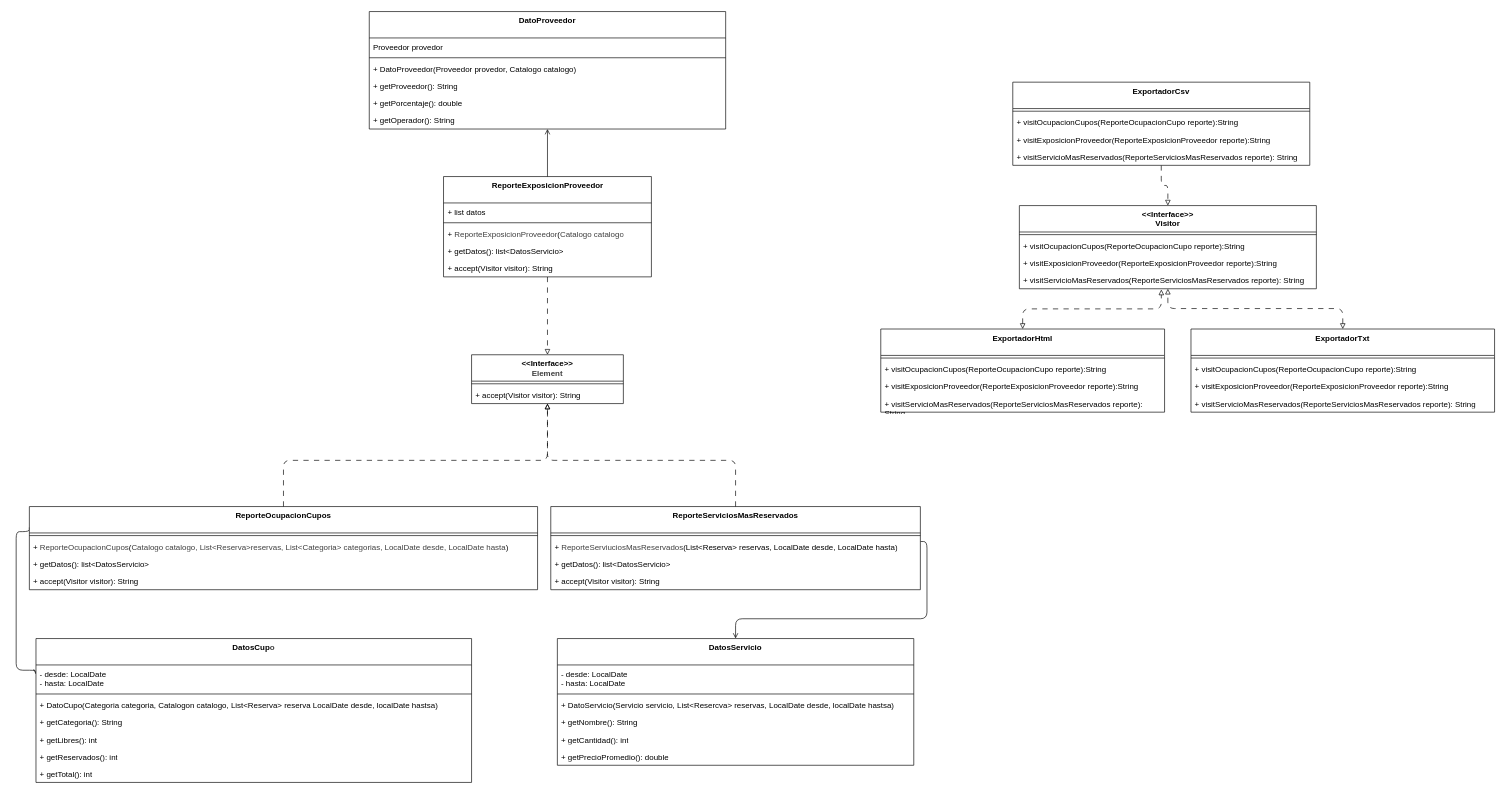
Earlier version of the draw.io diagram 2.8Reportes.drawio (Naxayy/UNQ_Travel). Source tidied: cells renumbered, new cells numbered last; positions are measured from the earlier drawing's top-left corner, leaving out a move shared by most shapes. Both pictures are drawn from the tidied source at 66%, with x=0, y=0 at pixel (16, 11).
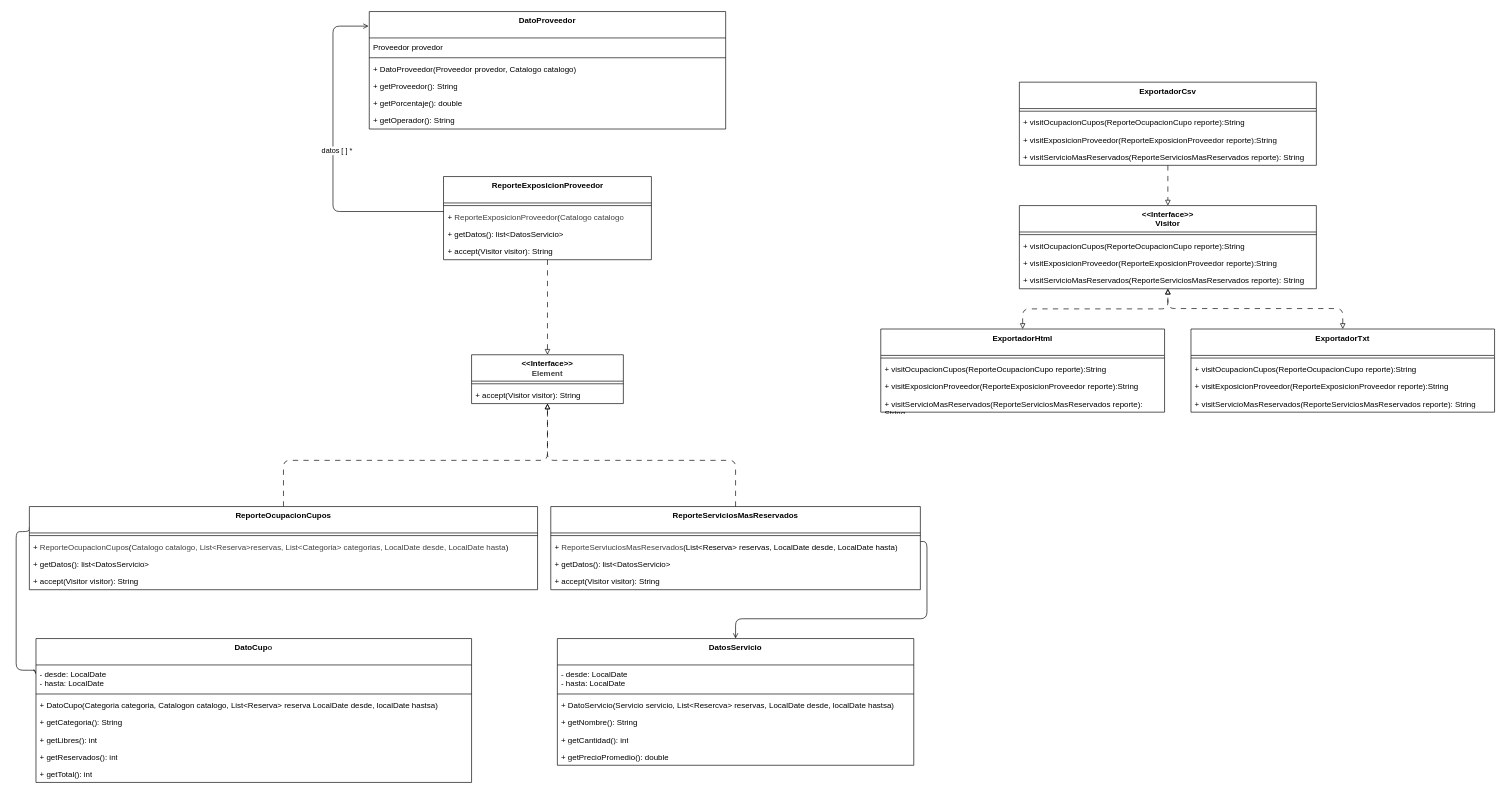
The same diagram, later.

Unchanged cells that the change refers to:
```xml
<mxCell id="2" value="&amp;lt;&amp;lt;Interface&amp;gt;&amp;gt;&lt;div&gt;Visitor&lt;/div&gt;" style="swimlane;fontStyle=1;align=center;verticalAlign=top;horizontal=1;startSize=40;whiteSpace=wrap;html=1;strokeColor=default;swimlaneFillColor=default;fontFamily=Helvetica;fontSize=12;fontColor=default;fillColor=default;gradientColor=none;" parent="1" vertex="1">
  <mxGeometry x="1520" y="294" width="450" height="126" as="geometry" />
</mxCell>
<mxCell id="6" value="&lt;span style=&quot;color: rgb(0, 0, 0);&quot;&gt;+ visitServicioMasReservados(ReporteServiciosMasReservados reporte): String&lt;/span&gt;" style="text;strokeColor=none;fillColor=none;align=left;verticalAlign=top;spacingLeft=4;spacingRight=4;overflow=hidden;points=[[0,0.5],[1,0.5]];portConstraint=eastwest;whiteSpace=wrap;html=1;" parent="2" vertex="1">
  <mxGeometry y="100" width="450" height="26" as="geometry" />
</mxCell>
<mxCell id="37" value="&lt;div&gt;ExportadorHtml&lt;/div&gt;" style="swimlane;fontStyle=1;align=center;verticalAlign=top;horizontal=1;startSize=40;whiteSpace=wrap;html=1;strokeColor=default;swimlaneFillColor=default;fontFamily=Helvetica;fontSize=12;fontColor=default;fillColor=default;gradientColor=none;" parent="1" vertex="1">
  <mxGeometry x="1310" y="481" width="430" height="126" as="geometry" />
</mxCell>
<mxCell id="56" value="&lt;div&gt;DatoProveedor&lt;/div&gt;" style="swimlane;fontStyle=1;align=center;verticalAlign=top;horizontal=1;startSize=40;whiteSpace=wrap;html=1;strokeColor=default;swimlaneFillColor=default;fontFamily=Helvetica;fontSize=12;fontColor=default;fillColor=default;gradientColor=none;" parent="1" vertex="1">
  <mxGeometry x="535" width="540" height="178" as="geometry" />
</mxCell>
```

What changed in the source:
```diff
@@
     <mxCell id="25" value="&lt;div&gt;ReporteExposicionProveedor&lt;/div&gt;" style="swimlane;fontStyle=1;align=center;verticalAlign=top;horizontal=1;startSize=40;whiteSpace=wrap;html=1;strokeColor=default;swimlaneFillColor=default;fontFamily=Helvetica;fontSize=12;fontColor=default;fillColor=default;gradientColor=none;" parent="1" vertex="1">
-      <mxGeometry x="647.5" y="250" width="315" height="152" as="geometry" />
+      <mxGeometry x="647.5" y="250" width="315" height="126" as="geometry" />
     </mxCell>
-    <mxCell id="26" value="+ list datos" style="text;strokeColor=none;fillColor=none;align=left;verticalAlign=top;spacingLeft=4;spacingRight=4;overflow=hidden;whiteSpace=wrap;html=1;" parent="25" vertex="1">
-      <mxGeometry y="40" width="315" height="26" as="geometry" />
-    </mxCell>
     <mxCell id="27" style="line;strokeWidth=1;fillColor=none;align=left;verticalAlign=middle;spacingTop=-1;spacingLeft=3;spacingRight=3;labelPosition=right;strokeColor=inherit;" parent="25" vertex="1">
-      <mxGeometry y="66" width="315" height="8" as="geometry" />
+      <mxGeometry y="40" width="315" height="8" as="geometry" />
     </mxCell>
     <mxCell id="28" value="&lt;span style=&quot;color: rgb(0, 0, 0);&quot;&gt;+&amp;nbsp;&lt;span style=&quot;color: rgb(63, 63, 63); text-align: center;&quot;&gt;ReporteExposicionProveedor&lt;/span&gt;(&lt;span style=&quot;color: rgb(63, 63, 63); text-align: center;&quot;&gt;Catalogo catalogo&lt;/span&gt;&lt;/span&gt;" style="text;strokeColor=none;fillColor=none;align=left;verticalAlign=top;spacingLeft=4;spacingRight=4;overflow=hidden;whiteSpace=wrap;html=1;" parent="25" vertex="1">
-      <mxGeometry y="74" width="315" height="26" as="geometry" />
+      <mxGeometry y="48" width="315" height="26" as="geometry" />
     </mxCell>
     <mxCell id="29" value="+ getDatos(): list&amp;lt;DatosServicio&amp;gt;" style="text;strokeColor=none;fillColor=none;align=left;verticalAlign=top;spacingLeft=4;spacingRight=4;overflow=hidden;whiteSpace=wrap;html=1;" parent="25" vertex="1">
-      <mxGeometry y="100" width="315" height="26" as="geometry" />
+      <mxGeometry y="74" width="315" height="26" as="geometry" />
     </mxCell>
     <mxCell id="30" value="+ accept(Visitor visitor): String" style="text;strokeColor=none;fillColor=none;align=left;verticalAlign=top;spacingLeft=4;spacingRight=4;overflow=hidden;whiteSpace=wrap;html=1;" parent="25" vertex="1">
-      <mxGeometry y="126" width="315" height="26" as="geometry" />
+      <mxGeometry y="100" width="315" height="26" as="geometry" />
     </mxCell>
@@
-    <mxCell id="42" style="edgeStyle=orthogonalEdgeStyle;html=1;exitX=0.5;exitY=0;exitDx=0;exitDy=0;entryX=0.478;entryY=1.043;entryDx=0;entryDy=0;entryPerimeter=0;startArrow=block;startFill=0;dashed=1;dashPattern=8 8;endArrow=block;endFill=0;" parent="1" edge="1" source="37" target="6">
-      <mxGeometry relative="1" as="geometry">
-        <Array as="points">
-          <mxPoint x="1525" y="450.5" />
-          <mxPoint x="1735.1" y="450" />
-        </Array>
-      </mxGeometry>
+    <mxCell id="42" style="edgeStyle=orthogonalEdgeStyle;html=1;exitX=0.5;exitY=0;exitDx=0;exitDy=0;entryX=0.5;entryY=1;entryDx=0;entryDy=0;startArrow=block;startFill=0;dashed=1;dashPattern=8 8;endArrow=block;endFill=0;" parent="1" edge="1" source="37" target="2">
+      <mxGeometry x="-0.04" relative="1" as="geometry" />
     </mxCell>
@@
     <mxCell id="44" value="&lt;div&gt;ExportadorCsv&lt;/div&gt;" style="swimlane;fontStyle=1;align=center;verticalAlign=top;horizontal=1;startSize=40;whiteSpace=wrap;html=1;strokeColor=default;swimlaneFillColor=default;fontFamily=Helvetica;fontSize=12;fontColor=default;fillColor=default;gradientColor=none;" parent="1" vertex="1">
-      <mxGeometry x="1510" y="107" width="450" height="126" as="geometry" />
+      <mxGeometry x="1520" y="107" width="450" height="126" as="geometry" />
     </mxCell>
@@
-    <mxCell id="63" style="edgeStyle=none;html=1;exitX=0.5;exitY=0;exitDx=0;exitDy=0;endArrow=open;endFill=0;entryX=0.5;entryY=1;entryDx=0;entryDy=0;" parent="1" edge="1" source="25" target="56">
-      <mxGeometry relative="1" as="geometry" />
+    <mxCell id="63" style="edgeStyle=orthogonalEdgeStyle;html=1;exitX=0;exitY=0.5;exitDx=0;exitDy=0;endArrow=open;endFill=0;entryX=-0.002;entryY=0.124;entryDx=0;entryDy=0;entryPerimeter=0;" parent="1" edge="1" target="56">
+      <mxGeometry x="-0.35" relative="1" as="geometry">
+        <mxPoint x="647.5" y="303" as="sourcePoint" />
+        <Array as="points">
+          <mxPoint x="480" y="303" />
+          <mxPoint x="480" y="22.1" />
+        </Array>
+      </mxGeometry>
     </mxCell>
+    <mxCell id="72" value="datos [ ] *" style="edgeLabel;html=1;align=center;verticalAlign=middle;inheritText=1;" parent="63" vertex="1">
+      <mxGeometry x="0.04" y="-5" relative="1" as="geometry">
+        <mxPoint y="1" as="offset" />
+      </mxGeometry>
+    </mxCell>
-    <mxCell id="64" value="&lt;div&gt;DatosCu&lt;span style=&quot;color: rgb(0, 0, 0); text-align: left; background-color: transparent;&quot;&gt;p&lt;/span&gt;&lt;span style=&quot;color: rgb(63, 63, 63); background-color: transparent;&quot;&gt;o&lt;/span&gt;&lt;/div&gt;" style="swimlane;fontStyle=1;align=center;verticalAlign=top;horizontal=1;startSize=40;whiteSpace=wrap;html=1;strokeColor=default;swimlaneFillColor=default;fontFamily=Helvetica;fontSize=12;fontColor=default;fillColor=default;gradientColor=none;" parent="1" vertex="1">
+    <mxCell id="64" value="&lt;div&gt;DatoCu&lt;span style=&quot;color: rgb(0, 0, 0); text-align: left; background-color: transparent;&quot;&gt;p&lt;/span&gt;&lt;span style=&quot;color: rgb(63, 63, 63); background-color: transparent;&quot;&gt;o&lt;/span&gt;&lt;/div&gt;" style="swimlane;fontStyle=1;align=center;verticalAlign=top;horizontal=1;startSize=40;whiteSpace=wrap;html=1;strokeColor=default;swimlaneFillColor=default;fontFamily=Helvetica;fontSize=12;fontColor=default;fillColor=default;gradientColor=none;" parent="1" vertex="1">
       <mxGeometry x="30" y="950" width="660" height="218" as="geometry" />
     </mxCell>
```
